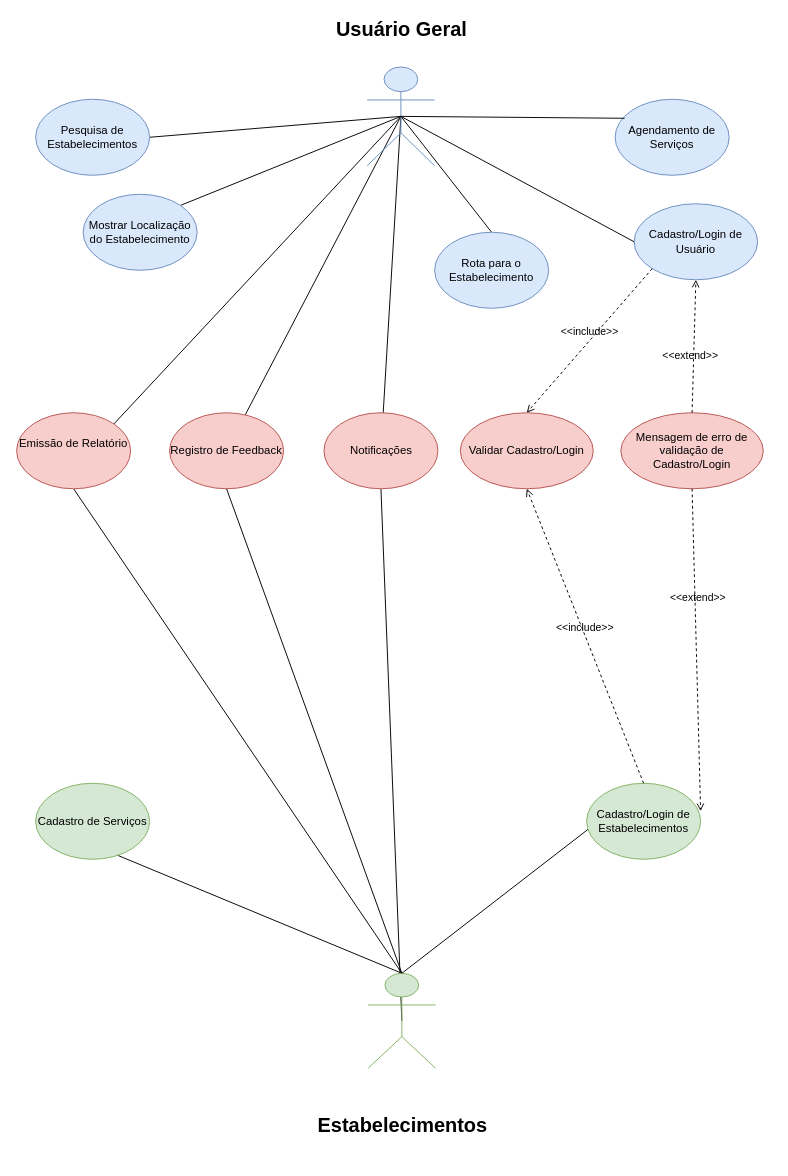
Above: docs/Diagrama sem nome.drawio in ICEI-PUC-Minas-PMV-ADS/pmv-ads-2024-1-e3-proj-mov-t4-fuel (draw.io), before the change. Source tidied: cells renumbered, new cells numbered last; positions are measured from the earlier drawing's top-left corner, leaving out a move shared by most shapes. Both pictures are drawn from the tidied source at 95%, with x=0, y=0 at pixel (16, 66).
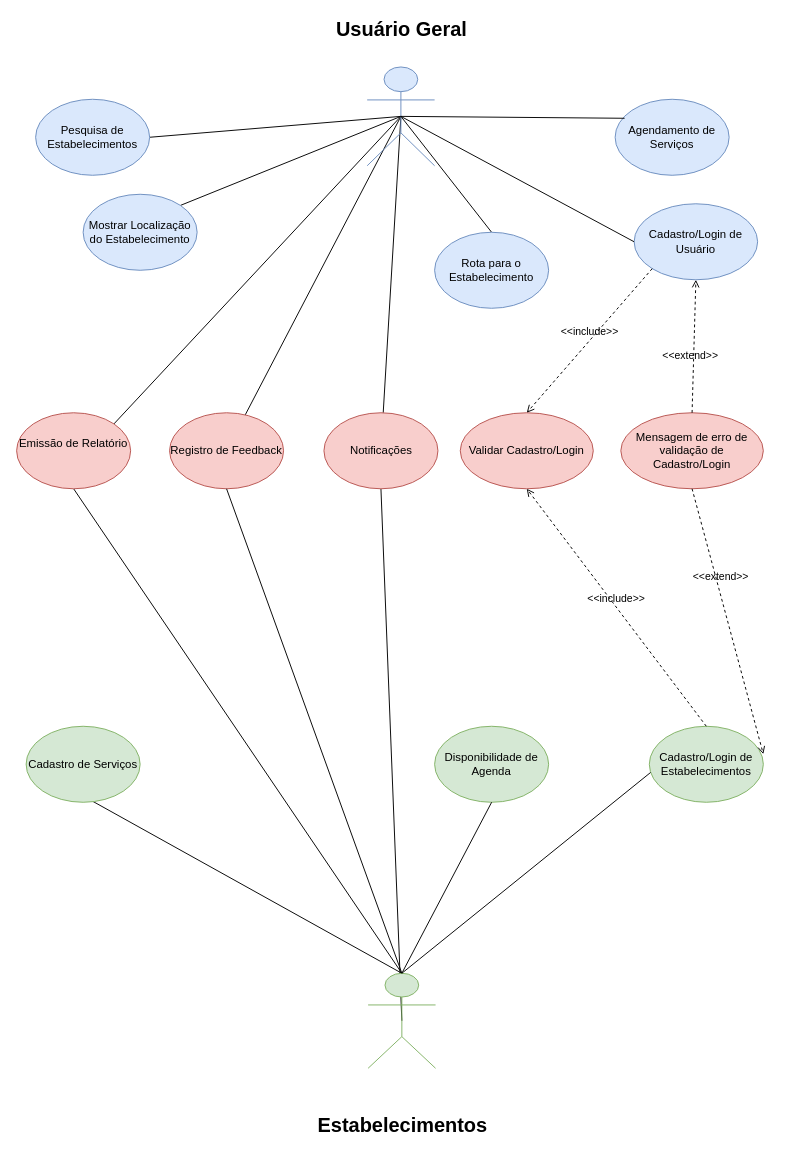
After the change.

Commit message:
Diagrama de Casos de Usos - Quero Oficina

Unchanged cells that the change refers to:
```xml
<mxCell id="11" value="Estabelecimentos&lt;div&gt;&lt;br&gt;&lt;/div&gt;" style="shape=umlActor;verticalLabelPosition=bottom;verticalAlign=bottom;html=1;outlineConnect=0;fillColor=#d5e8d4;strokeColor=#82b366;fontStyle=1;align=center;fontFamily=Helvetica;fontSize=21;" parent="1" vertex="1">
  <mxGeometry x="370" y="954" width="71" height="100" as="geometry" />
</mxCell>
```

What changed in the source:
```diff
@@
     <mxCell id="13" value="Cadastro/Login de Estabelecimentos" style="ellipse;whiteSpace=wrap;html=1;fillColor=#d5e8d4;strokeColor=#82b366;" parent="1" vertex="1">
-      <mxGeometry x="600" y="754" width="120" height="80" as="geometry" />
+      <mxGeometry x="666" y="694" width="120" height="80" as="geometry" />
     </mxCell>
@@
     <mxCell id="23" value="Cadastro de Serviços" style="ellipse;whiteSpace=wrap;html=1;fillColor=#d5e8d4;strokeColor=#82b366;" parent="1" vertex="1">
-      <mxGeometry x="20" y="754" width="120" height="80" as="geometry" />
+      <mxGeometry x="10" y="694" width="120" height="80" as="geometry" />
     </mxCell>
@@
+    <mxCell id="33" value="Disponibilidade de Agenda" style="ellipse;whiteSpace=wrap;html=1;fillColor=#d5e8d4;strokeColor=#82b366;" parent="1" vertex="1">
+      <mxGeometry x="440" y="694" width="120" height="80" as="geometry" />
+    </mxCell>
+    <mxCell id="34" style="endArrow=none;html=1;rounded=0;entryX=0.5;entryY=1;entryDx=0;entryDy=0;exitX=0.5;exitY=0;exitDx=0;exitDy=0;exitPerimeter=0;" parent="1" edge="1" source="11" target="33">
+      <mxGeometry relative="1" as="geometry" />
+    </mxCell>
```
